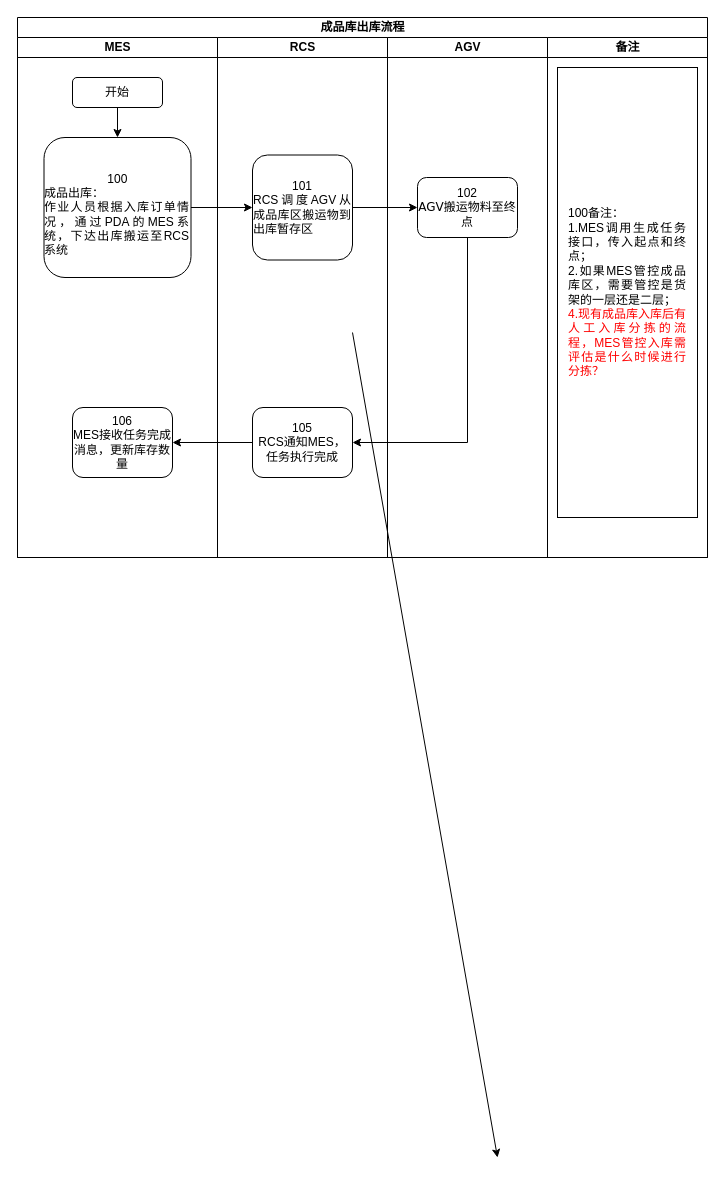
The draw.io diagram page "成品库出库流程" (17 of 18) of data/伍子醉-MES系统调度业务流程图 的副本.drawio in chenyanxi/hosts, before the edit. Source tidied: cells renumbered, new cells numbered last; positions are measured from the earlier drawing's top-left corner, leaving out a move shared by most shapes. Both pictures are drawn from the tidied source at 100%, with x=0, y=0 at pixel (17, 17).
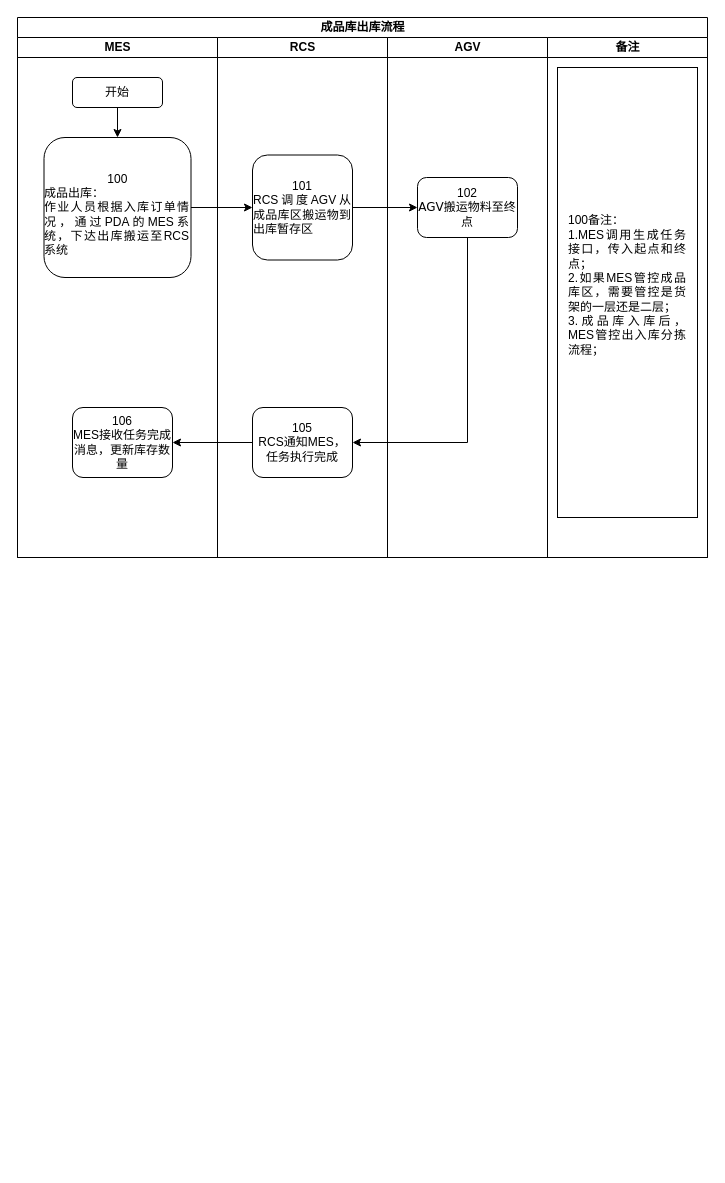
The same diagram, later.

The change refers to these unchanged cells:
```xml
<mxCell id="2" value="&lt;span style=&quot;font-size: 12px;&quot;&gt;成品库出库流程&lt;/span&gt;" style="swimlane;html=1;startSize=20;rounded=0;shadow=0;labelBackgroundColor=none;strokeWidth=1;fontFamily=Verdana;fontSize=8;align=center;" parent="1" vertex="1">
  <mxGeometry width="690" height="540" as="geometry" />
</mxCell>
<mxCell id="13" value="备注" style="swimlane;html=1;startSize=20;" parent="2" vertex="1">
  <mxGeometry x="530" y="20" width="160" height="520" as="geometry" />
</mxCell>
```

Change to the diagram source:
```diff
@@
-    <mxCell id="14" value="&lt;div style=&quot;&quot;&gt;&lt;div style=&quot;text-align: justify;&quot;&gt;&lt;br&gt;&lt;/div&gt;&lt;div style=&quot;text-align: justify;&quot;&gt;&lt;br&gt;&lt;/div&gt;&lt;div style=&quot;text-align: justify;&quot;&gt;100备注：&lt;/div&gt;&lt;div style=&quot;text-align: justify;&quot;&gt;1.MES调用生成任务接口，传入起点和终点；&lt;/div&gt;&lt;div style=&quot;text-align: justify;&quot;&gt;2.如果MES管控成品库区，需要管控是货架的一层还是二层；&lt;/div&gt;&lt;div style=&quot;text-align: justify;&quot;&gt;&lt;font color=&quot;#ff0000&quot;&gt;4.现有成品库入库后有人工入库分拣的流程，MES管控入库需评估是什么时候进行分拣？&lt;/font&gt;&lt;/div&gt;&lt;div style=&quot;text-align: justify;&quot;&gt;&lt;br&gt;&lt;/div&gt;&lt;div style=&quot;text-align: justify;&quot;&gt;&lt;br&gt;&lt;/div&gt;&lt;/div&gt;" style="rounded=0;whiteSpace=wrap;html=1;spacingTop=5;spacingLeft=10;spacingBottom=5;spacingRight=10;" parent="13" vertex="1">
+    <mxCell id="14" value="&lt;div style=&quot;&quot;&gt;&lt;div style=&quot;text-align: justify;&quot;&gt;&lt;br&gt;&lt;/div&gt;&lt;div style=&quot;text-align: justify;&quot;&gt;&lt;br&gt;&lt;/div&gt;&lt;div style=&quot;text-align: justify;&quot;&gt;100备注：&lt;/div&gt;&lt;div style=&quot;text-align: justify;&quot;&gt;1.MES调用生成任务接口，传入起点和终点；&lt;/div&gt;&lt;div style=&quot;text-align: justify;&quot;&gt;2.如果MES管控成品库区，需要管控是货架的一层还是二层；&lt;/div&gt;&lt;div style=&quot;text-align: justify;&quot;&gt;&lt;div&gt;&lt;font color=&quot;#030303&quot;&gt;3.成品库入库后，MES管控出入库分拣流程；&lt;/font&gt;&lt;/div&gt;&lt;div&gt;&lt;br&gt;&lt;/div&gt;&lt;/div&gt;&lt;div style=&quot;text-align: justify;&quot;&gt;&lt;br&gt;&lt;/div&gt;&lt;div style=&quot;text-align: justify;&quot;&gt;&lt;br&gt;&lt;/div&gt;&lt;/div&gt;" style="rounded=0;whiteSpace=wrap;html=1;spacingTop=5;spacingLeft=10;spacingBottom=5;spacingRight=10;" parent="13" vertex="1">
       <mxGeometry x="10" y="30" width="140" height="450" as="geometry" />
     </mxCell>
@@
-    <mxCell id="18" style="endArrow=classic;html=1;rounded=0;exitX=1;exitY=0.5;exitDx=0;exitDy=0;entryX=0;entryY=0.5;entryDx=0;entryDy=0;" parent="2" edge="1">
-      <mxGeometry relative="1" as="geometry">
-        <mxPoint x="335" y="315" as="sourcePoint" />
-        <mxPoint x="480" y="1140" as="targetPoint" />
-      </mxGeometry>
-    </mxCell>
```
